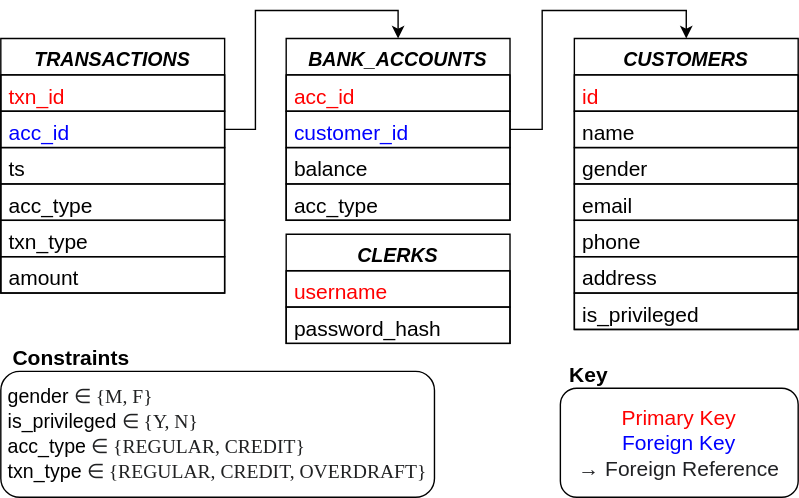
lolcats111/JDBC-Project-Group-B keeps this draw.io diagram as Docs/Database.svg. Above is the earlier version. Source tidied: cells renumbered, new cells last; positions are measured from the earlier drawing's top-left corner, leaving out a move shared by most shapes.
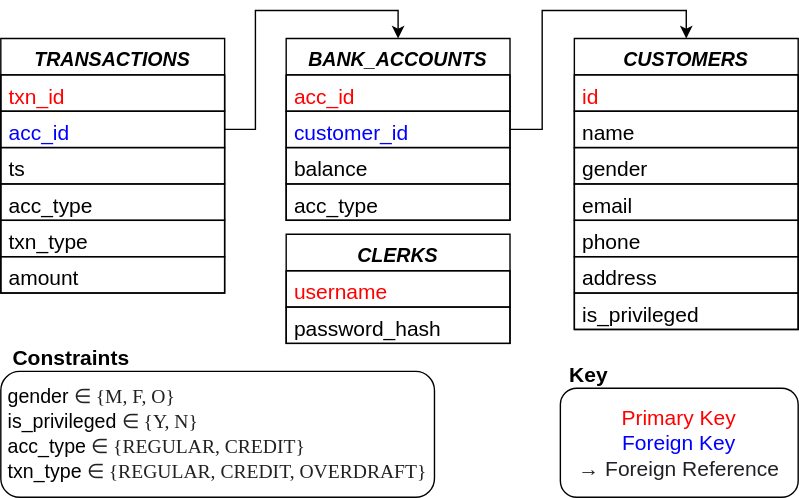
Above is the later version.

The edit, as a diff of the source:
```diff
@@ -77,7 +77,7 @@
     <mxCell id="26" style="edgeStyle=orthogonalEdgeStyle;rounded=0;jettySize=auto;html=1;exitX=1;exitY=0.5;exitDx=0;exitDy=0;entryX=0.5;entryY=0;entryDx=0;entryDy=0;fontSize=15;fontColor=#FF0000;" parent="1" edge="1" source="15" target="2">
       <mxGeometry relative="1" as="geometry" />
     </mxCell>
-    <mxCell id="27" value="&lt;div style=&quot;text-align: left&quot;&gt;&lt;font color=&quot;#000000&quot; style=&quot;font-size: 14px&quot;&gt;gender&amp;nbsp;&lt;/font&gt;&lt;span style=&quot;font-size: 14px ; color: rgb(32 , 33 , 34) ; font-family: &amp;#34;nimbus roman no9 l&amp;#34; , &amp;#34;times new roman&amp;#34; , &amp;#34;times&amp;#34; , serif ; background-color: rgb(255 , 255 , 255)&quot;&gt;∈ {M, F}&lt;/span&gt;&lt;/div&gt;&lt;font style=&quot;font-size: 14px&quot;&gt;&lt;div style=&quot;text-align: left&quot;&gt;&lt;font color=&quot;#000000&quot;&gt;is_privileged&amp;nbsp;&lt;/font&gt;&lt;span style=&quot;color: rgb(32 , 33 , 34) ; font-family: &amp;#34;nimbus roman no9 l&amp;#34; , &amp;#34;times new roman&amp;#34; , &amp;#34;times&amp;#34; , serif ; background-color: rgb(255 , 255 , 255)&quot;&gt;∈ {Y, N}&lt;/span&gt;&lt;/div&gt;&lt;font color=&quot;#000000&quot; style=&quot;font-size: 14px&quot;&gt;&lt;div style=&quot;text-align: left&quot;&gt;&lt;font color=&quot;#000000&quot;&gt;acc_type&amp;nbsp;&lt;/font&gt;&lt;span style=&quot;color: rgb(32 , 33 , 34) ; font-family: &amp;#34;nimbus roman no9 l&amp;#34; , &amp;#34;times new roman&amp;#34; , &amp;#34;times&amp;#34; , serif ; background-color: rgb(255 , 255 , 255)&quot;&gt;∈ {REGULAR, CREDIT}&lt;/span&gt;&lt;/div&gt;&lt;/font&gt;&lt;font color=&quot;#000000&quot; style=&quot;font-size: 14px&quot;&gt;&lt;div style=&quot;text-align: left&quot;&gt;&lt;font color=&quot;#000000&quot;&gt;txn_type&amp;nbsp;&lt;/font&gt;&lt;span style=&quot;color: rgb(32 , 33 , 34) ; font-family: &amp;#34;nimbus roman no9 l&amp;#34; , &amp;#34;times new roman&amp;#34; , &amp;#34;times&amp;#34; , serif ; background-color: rgb(255 , 255 , 255)&quot;&gt;∈ {REGULAR, CREDIT, OVERDRAFT}&lt;/span&gt;&lt;/div&gt;&lt;/font&gt;&lt;/font&gt;" style="rounded=1;whiteSpace=wrap;html=1;strokeColor=#000000;strokeWidth=1;fontSize=15;fontColor=#0000FF;" parent="1" vertex="1">
+    <mxCell id="27" value="&lt;div style=&quot;text-align: left&quot;&gt;&lt;font color=&quot;#000000&quot; style=&quot;font-size: 14px&quot;&gt;gender&amp;nbsp;&lt;/font&gt;&lt;span style=&quot;font-size: 14px ; color: rgb(32 , 33 , 34) ; font-family: &amp;#34;nimbus roman no9 l&amp;#34; , &amp;#34;times new roman&amp;#34; , &amp;#34;times&amp;#34; , serif ; background-color: rgb(255 , 255 , 255)&quot;&gt;∈ {M, F, O}&lt;/span&gt;&lt;/div&gt;&lt;font style=&quot;font-size: 14px&quot;&gt;&lt;div style=&quot;text-align: left&quot;&gt;&lt;font color=&quot;#000000&quot;&gt;is_privileged&amp;nbsp;&lt;/font&gt;&lt;span style=&quot;color: rgb(32 , 33 , 34) ; font-family: &amp;#34;nimbus roman no9 l&amp;#34; , &amp;#34;times new roman&amp;#34; , &amp;#34;times&amp;#34; , serif ; background-color: rgb(255 , 255 , 255)&quot;&gt;∈ {Y, N}&lt;/span&gt;&lt;/div&gt;&lt;font color=&quot;#000000&quot; style=&quot;font-size: 14px&quot;&gt;&lt;div style=&quot;text-align: left&quot;&gt;&lt;font color=&quot;#000000&quot;&gt;acc_type&amp;nbsp;&lt;/font&gt;&lt;span style=&quot;color: rgb(32 , 33 , 34) ; font-family: &amp;#34;nimbus roman no9 l&amp;#34; , &amp;#34;times new roman&amp;#34; , &amp;#34;times&amp;#34; , serif ; background-color: rgb(255 , 255 , 255)&quot;&gt;∈ {REGULAR, CREDIT}&lt;/span&gt;&lt;/div&gt;&lt;/font&gt;&lt;font color=&quot;#000000&quot; style=&quot;font-size: 14px&quot;&gt;&lt;div style=&quot;text-align: left&quot;&gt;&lt;font color=&quot;#000000&quot;&gt;txn_type&amp;nbsp;&lt;/font&gt;&lt;span style=&quot;color: rgb(32 , 33 , 34) ; font-family: &amp;#34;nimbus roman no9 l&amp;#34; , &amp;#34;times new roman&amp;#34; , &amp;#34;times&amp;#34; , serif ; background-color: rgb(255 , 255 , 255)&quot;&gt;∈ {REGULAR, CREDIT, OVERDRAFT}&lt;/span&gt;&lt;/div&gt;&lt;/font&gt;&lt;/font&gt;" style="rounded=1;whiteSpace=wrap;html=1;strokeColor=#000000;strokeWidth=1;fontSize=15;fontColor=#0000FF;" parent="1" vertex="1">
       <mxGeometry y="238" width="310" height="90" as="geometry" />
     </mxCell>
     <mxCell id="28" value="Constraints" style="text;html=1;align=center;verticalAlign=middle;fontSize=15;fontStyle=1;" parent="1" vertex="1">
```
